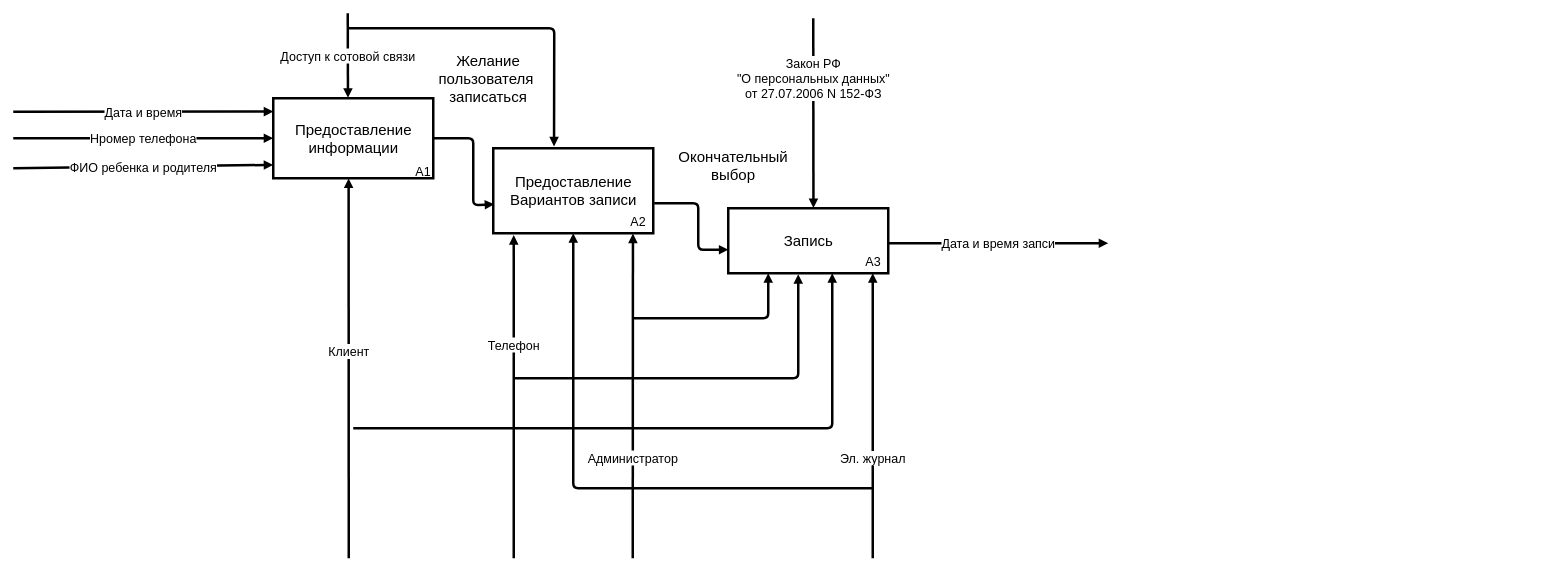
Above: As-is2.drawio in kirillgladkih/diplom (draw.io), before the change. Source tidied: cells renumbered, new cells numbered last; positions are measured from the earlier drawing's top-left corner, leaving out a move shared by most shapes. Both pictures are drawn from the tidied source at 50%, with x=0, y=0 at pixel (13, 13).
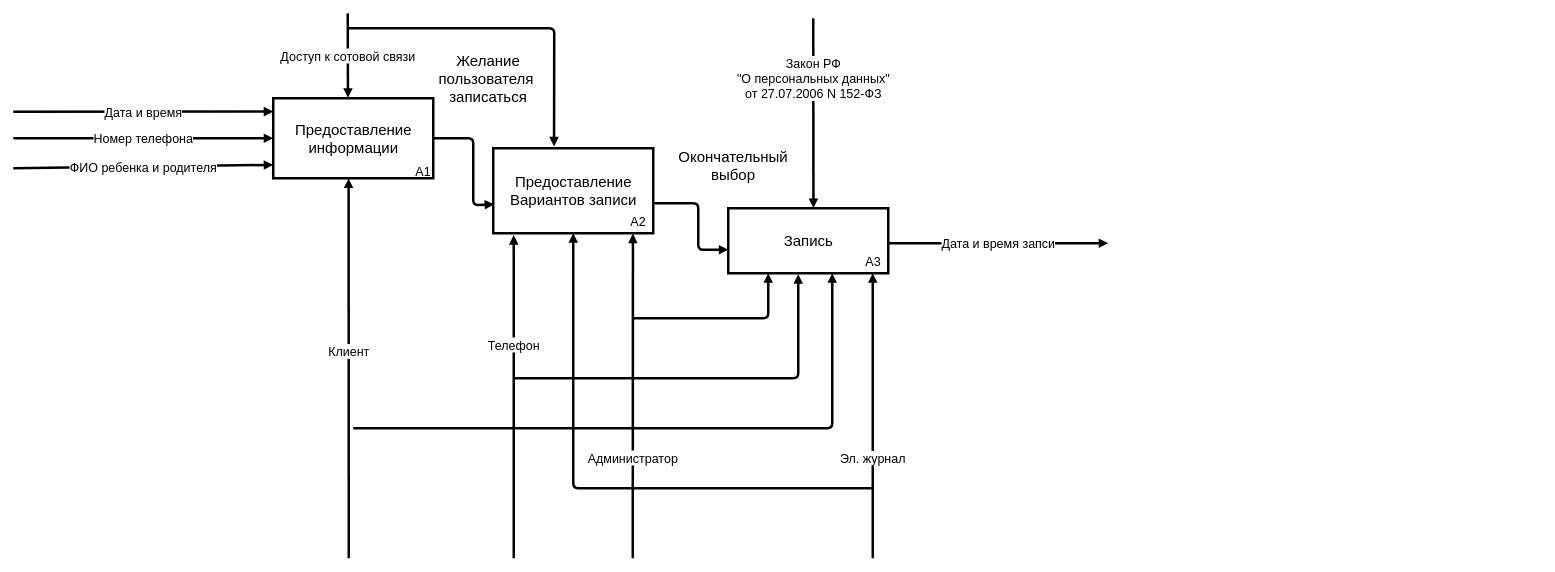
After the change.

Unchanged cells that the change refers to:
```xml
<mxCell id="3" value="&lt;font style=&quot;font-size: 30px&quot;&gt;Предоставление&lt;br&gt;информации&lt;br&gt;&lt;/font&gt;" style="html=1;strokeWidth=5;" parent="1" vertex="1">
  <mxGeometry x="520" y="170" width="320" height="160" as="geometry" />
</mxCell>
```

Change to the diagram source:
```diff
@@
-    <mxCell id="7" value="&lt;font&gt;&lt;font style=&quot;font-size: 25px&quot;&gt;Нромер телефона&lt;/font&gt;&lt;br&gt;&lt;/font&gt;" style="endArrow=block;endFill=1;endSize=6;html=1;strokeWidth=5;entryX=0;entryY=0.5;entryDx=0;entryDy=0;" parent="1" edge="1" target="3">
+    <mxCell id="7" value="&lt;font&gt;&lt;font style=&quot;font-size: 25px&quot;&gt;Номер телефона&lt;/font&gt;&lt;br&gt;&lt;/font&gt;" style="endArrow=block;endFill=1;endSize=6;html=1;strokeWidth=5;entryX=0;entryY=0.5;entryDx=0;entryDy=0;" parent="1" edge="1" target="3">
       <mxGeometry relative="1" as="geometry">
         <mxPoint y="250" as="sourcePoint" />
       </mxGeometry>
     </mxCell>
```
